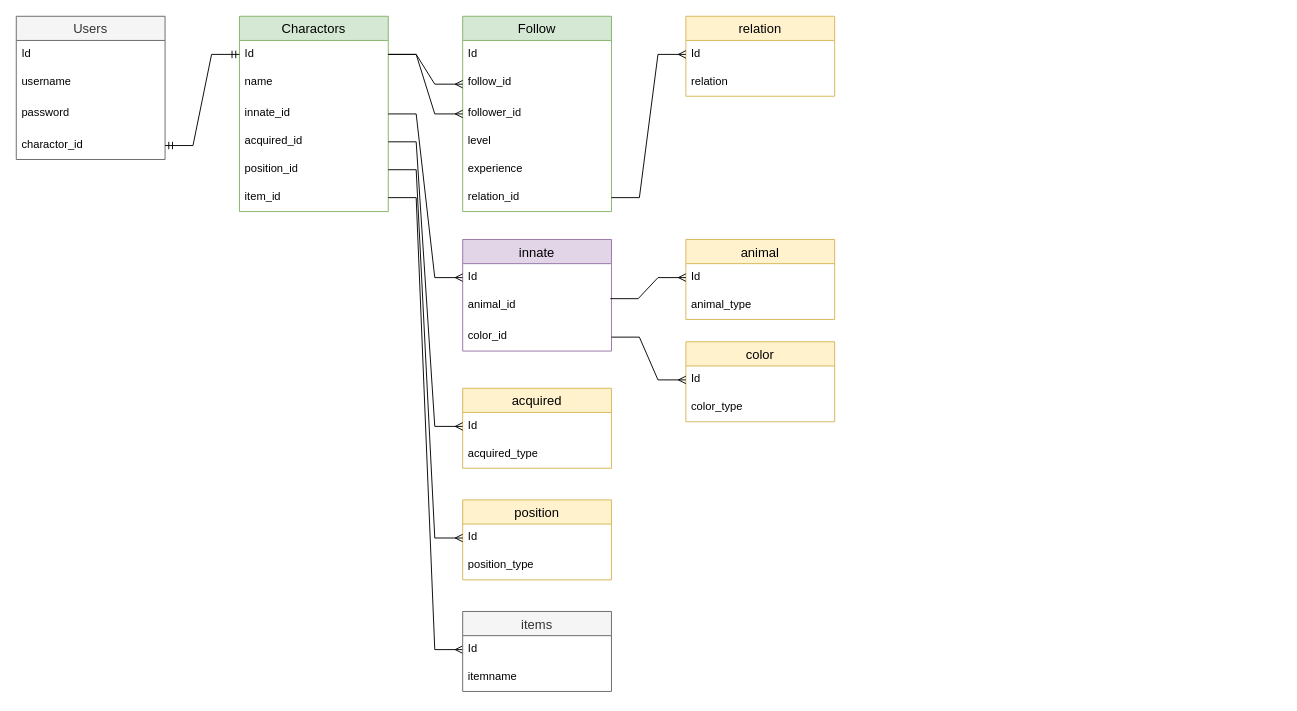
DaikiHIRAYAMA/Reegs keeps this draw.io diagram as DB.drawio. Above is the earlier version. Source tidied: cells renumbered, new cells numbered last; positions are measured from the earlier drawing's top-left corner, leaving out a move shared by most shapes. Both pictures are drawn from the tidied source at 93%, with x=0, y=0 at pixel (16, 16).
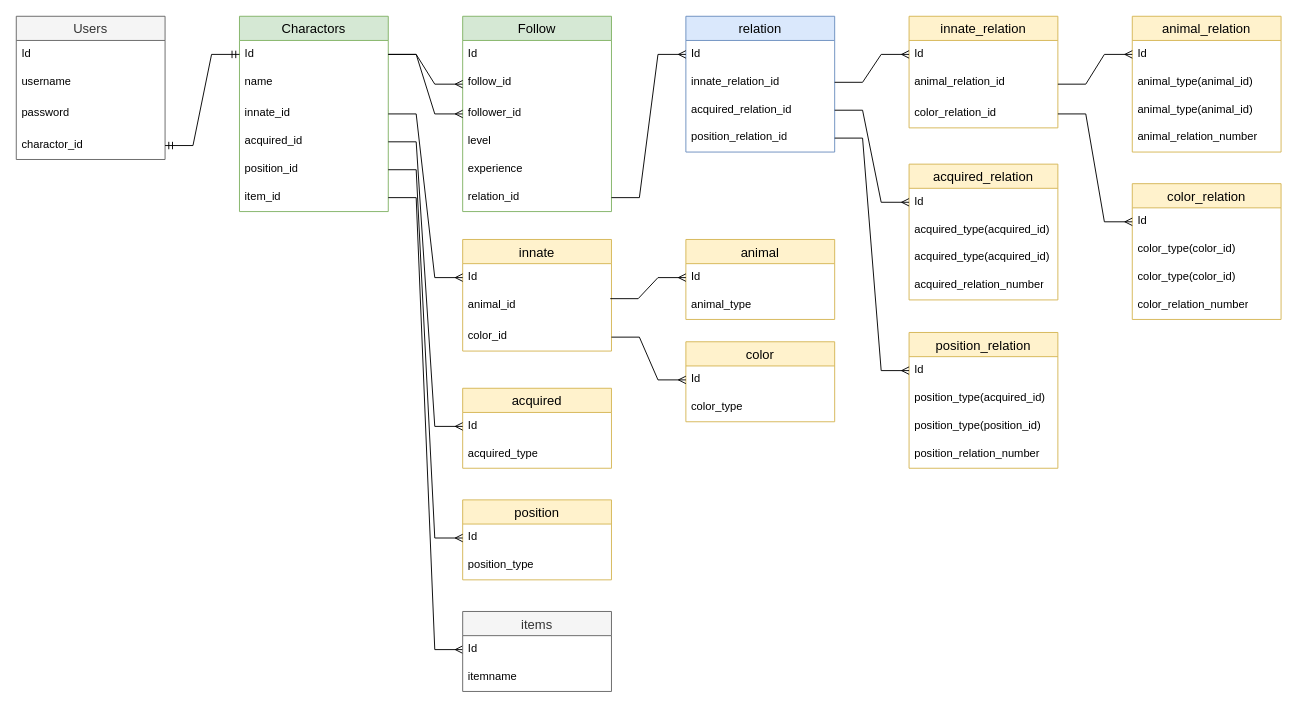
Above is the later version.

Commit message:
DB.drawio を更新します

Diff of the diagram source:
```diff
@@
-    <mxCell id="24" value="innate" style="swimlane;fontStyle=0;horizontal=1;startSize=26;align=center;fontSize=14;fillColor=#e1d5e7;strokeColor=#9673a6;" parent="1" vertex="1">
+    <mxCell id="24" value="innate" style="swimlane;fontStyle=0;horizontal=1;startSize=26;align=center;fontSize=14;fillColor=#fff2cc;strokeColor=#d6b656;" parent="1" vertex="1">
       <mxGeometry x="480" y="240" width="160" height="120" as="geometry" />
     </mxCell>
@@
-    <mxCell id="34" value="relation" style="swimlane;fontStyle=0;horizontal=1;startSize=26;align=center;fontSize=14;fillColor=#fff2cc;strokeColor=#d6b656;" parent="1" vertex="1">
-      <mxGeometry x="720" width="160" height="86" as="geometry" />
+    <mxCell id="34" value="relation" style="swimlane;fontStyle=0;horizontal=1;startSize=26;align=center;fontSize=14;fillColor=#dae8fc;strokeColor=#6c8ebf;" parent="1" vertex="1">
+      <mxGeometry x="720" width="160" height="146" as="geometry" />
     </mxCell>
@@
-    <mxCell id="36" value="relation" style="text;strokeColor=none;fillColor=none;spacingLeft=4;spacingRight=4;overflow=hidden;points=[[0,0.5],[1,0.5]];portConstraint=eastwest;fontSize=12;whiteSpace=wrap;html=1;" parent="34" vertex="1">
+    <mxCell id="36" value="innate_relation_id" style="text;strokeColor=none;fillColor=none;spacingLeft=4;spacingRight=4;overflow=hidden;points=[[0,0.5],[1,0.5]];portConstraint=eastwest;fontSize=12;whiteSpace=wrap;html=1;" parent="34" vertex="1">
       <mxGeometry y="56" width="160" height="30" as="geometry" />
     </mxCell>
+    <mxCell id="53" value="acquired_relation_id" style="text;strokeColor=none;fillColor=none;spacingLeft=4;spacingRight=4;overflow=hidden;points=[[0,0.5],[1,0.5]];portConstraint=eastwest;fontSize=12;whiteSpace=wrap;html=1;" parent="34" vertex="1">
+      <mxGeometry y="86" width="160" height="30" as="geometry" />
+    </mxCell>
+    <mxCell id="54" value="position_relation_id" style="text;strokeColor=none;fillColor=none;spacingLeft=4;spacingRight=4;overflow=hidden;points=[[0,0.5],[1,0.5]];portConstraint=eastwest;fontSize=12;whiteSpace=wrap;html=1;" parent="34" vertex="1">
+      <mxGeometry y="116" width="160" height="30" as="geometry" />
+    </mxCell>
@@
+    <mxCell id="55" value="innate_relation" style="swimlane;fontStyle=0;horizontal=1;startSize=26;align=center;fontSize=14;fillColor=#fff2cc;strokeColor=#d6b656;" parent="1" vertex="1">
+      <mxGeometry x="960" width="160" height="120" as="geometry" />
+    </mxCell>
+    <mxCell id="56" value="Id" style="text;strokeColor=none;fillColor=none;spacingLeft=4;spacingRight=4;overflow=hidden;points=[[0,0.5],[1,0.5]];portConstraint=eastwest;fontSize=12;whiteSpace=wrap;html=1;" parent="55" vertex="1">
+      <mxGeometry y="26" width="160" height="30" as="geometry" />
+    </mxCell>
+    <mxCell id="57" value="animal_relation_id" style="text;strokeColor=none;fillColor=none;spacingLeft=4;spacingRight=4;overflow=hidden;points=[[0,0.5],[1,0.5]];portConstraint=eastwest;fontSize=12;whiteSpace=wrap;html=1;" parent="55" vertex="1">
+      <mxGeometry y="56" width="160" height="34" as="geometry" />
+    </mxCell>
+    <mxCell id="58" value="color_relation_id" style="text;strokeColor=none;fillColor=none;spacingLeft=4;spacingRight=4;overflow=hidden;points=[[0,0.5],[1,0.5]];portConstraint=eastwest;fontSize=12;whiteSpace=wrap;html=1;" parent="55" vertex="1">
+      <mxGeometry y="90" width="160" height="30" as="geometry" />
+    </mxCell>
+    <mxCell id="59" style="edgeStyle=entityRelationEdgeStyle;fontSize=12;html=1;endArrow=ERmany;rounded=0;entryX=0;entryY=0.5;entryDx=0;entryDy=0;exitX=1;exitY=0.5;exitDx=0;exitDy=0;" parent="1" edge="1" source="36" target="56">
+      <mxGeometry relative="1" as="geometry" />
+    </mxCell>
+    <mxCell id="60" value="animal_relation" style="swimlane;fontStyle=0;horizontal=1;startSize=26;align=center;fontSize=14;fillColor=#fff2cc;strokeColor=#d6b656;" parent="1" vertex="1">
+      <mxGeometry x="1200" width="160" height="146" as="geometry" />
+    </mxCell>
+    <mxCell id="61" value="Id" style="text;strokeColor=none;fillColor=none;spacingLeft=4;spacingRight=4;overflow=hidden;points=[[0,0.5],[1,0.5]];portConstraint=eastwest;fontSize=12;whiteSpace=wrap;html=1;" parent="60" vertex="1">
+      <mxGeometry y="26" width="160" height="30" as="geometry" />
+    </mxCell>
+    <mxCell id="62" value="animal_type(animal_id)" style="text;strokeColor=none;fillColor=none;spacingLeft=4;spacingRight=4;overflow=hidden;fontSize=12;whiteSpace=wrap;html=1;" parent="60" vertex="1">
+      <mxGeometry y="56" width="160" height="30" as="geometry" />
+    </mxCell>
+    <mxCell id="63" value="animal_type(animal_id)" style="text;strokeColor=none;fillColor=none;spacingLeft=4;spacingRight=4;overflow=hidden;fontSize=12;whiteSpace=wrap;html=1;" parent="60" vertex="1">
+      <mxGeometry y="86" width="160" height="30" as="geometry" />
+    </mxCell>
+    <mxCell id="64" value="animal_relation_number" style="text;strokeColor=none;fillColor=none;spacingLeft=4;spacingRight=4;overflow=hidden;fontSize=12;whiteSpace=wrap;html=1;" parent="60" vertex="1">
+      <mxGeometry y="116" width="160" height="30" as="geometry" />
+    </mxCell>
+    <mxCell id="65" style="edgeStyle=entityRelationEdgeStyle;fontSize=12;html=1;endArrow=ERmany;rounded=0;entryX=0;entryY=0.5;entryDx=0;entryDy=0;exitX=1;exitY=0.5;exitDx=0;exitDy=0;" parent="1" edge="1" source="57" target="61">
+      <mxGeometry relative="1" as="geometry" />
+    </mxCell>
+    <mxCell id="66" value="color_relation" style="swimlane;fontStyle=0;horizontal=1;startSize=26;align=center;fontSize=14;fillColor=#fff2cc;strokeColor=#d6b656;" parent="1" vertex="1">
+      <mxGeometry x="1200" y="180" width="160" height="146" as="geometry" />
+    </mxCell>
+    <mxCell id="67" value="Id" style="text;strokeColor=none;fillColor=none;spacingLeft=4;spacingRight=4;overflow=hidden;points=[[0,0.5],[1,0.5]];portConstraint=eastwest;fontSize=12;whiteSpace=wrap;html=1;" parent="66" vertex="1">
+      <mxGeometry y="26" width="160" height="30" as="geometry" />
+    </mxCell>
+    <mxCell id="68" value="color_type(color_id)" style="text;strokeColor=none;fillColor=none;spacingLeft=4;spacingRight=4;overflow=hidden;fontSize=12;whiteSpace=wrap;html=1;" parent="66" vertex="1">
+      <mxGeometry y="56" width="160" height="30" as="geometry" />
+    </mxCell>
+    <mxCell id="69" value="color_type(color_id)" style="text;strokeColor=none;fillColor=none;spacingLeft=4;spacingRight=4;overflow=hidden;fontSize=12;whiteSpace=wrap;html=1;" parent="66" vertex="1">
+      <mxGeometry y="86" width="160" height="30" as="geometry" />
+    </mxCell>
+    <mxCell id="70" value="color_relation_number" style="text;strokeColor=none;fillColor=none;spacingLeft=4;spacingRight=4;overflow=hidden;fontSize=12;whiteSpace=wrap;html=1;" parent="66" vertex="1">
+      <mxGeometry y="116" width="160" height="30" as="geometry" />
+    </mxCell>
+    <mxCell id="71" style="edgeStyle=entityRelationEdgeStyle;fontSize=12;html=1;endArrow=ERmany;rounded=0;entryX=0;entryY=0.5;entryDx=0;entryDy=0;exitX=1;exitY=0.5;exitDx=0;exitDy=0;" parent="1" edge="1" source="58" target="67">
+      <mxGeometry relative="1" as="geometry" />
+    </mxCell>
+    <mxCell id="72" value="acquired_relation" style="swimlane;fontStyle=0;horizontal=1;startSize=26;align=center;fontSize=14;fillColor=#fff2cc;strokeColor=#d6b656;" parent="1" vertex="1">
+      <mxGeometry x="960" y="159" width="160" height="146" as="geometry" />
+    </mxCell>
+    <mxCell id="73" value="Id" style="text;strokeColor=none;fillColor=none;spacingLeft=4;spacingRight=4;overflow=hidden;points=[[0,0.5],[1,0.5]];portConstraint=eastwest;fontSize=12;whiteSpace=wrap;html=1;" parent="72" vertex="1">
+      <mxGeometry y="26" width="160" height="30" as="geometry" />
+    </mxCell>
+    <mxCell id="74" value="acquired_type(acquired_id)" style="text;strokeColor=none;fillColor=none;spacingLeft=4;spacingRight=4;overflow=hidden;fontSize=12;whiteSpace=wrap;html=1;" parent="72" vertex="1">
+      <mxGeometry y="56" width="160" height="30" as="geometry" />
+    </mxCell>
+    <mxCell id="75" value="acquired_type(acquired_id)" style="text;strokeColor=none;fillColor=none;spacingLeft=4;spacingRight=4;overflow=hidden;fontSize=12;whiteSpace=wrap;html=1;" parent="72" vertex="1">
+      <mxGeometry y="86" width="160" height="30" as="geometry" />
+    </mxCell>
+    <mxCell id="76" value="acquired_relation_number" style="text;strokeColor=none;fillColor=none;spacingLeft=4;spacingRight=4;overflow=hidden;fontSize=12;whiteSpace=wrap;html=1;" parent="72" vertex="1">
+      <mxGeometry y="116" width="160" height="30" as="geometry" />
+    </mxCell>
+    <mxCell id="77" value="position_relation" style="swimlane;fontStyle=0;horizontal=1;startSize=26;align=center;fontSize=14;fillColor=#fff2cc;strokeColor=#d6b656;" parent="1" vertex="1">
+      <mxGeometry x="960" y="340" width="160" height="146" as="geometry" />
+    </mxCell>
+    <mxCell id="78" value="Id" style="text;strokeColor=none;fillColor=none;spacingLeft=4;spacingRight=4;overflow=hidden;points=[[0,0.5],[1,0.5]];portConstraint=eastwest;fontSize=12;whiteSpace=wrap;html=1;" parent="77" vertex="1">
+      <mxGeometry y="26" width="160" height="30" as="geometry" />
+    </mxCell>
+    <mxCell id="79" value="position_type(acquired_id)" style="text;strokeColor=none;fillColor=none;spacingLeft=4;spacingRight=4;overflow=hidden;fontSize=12;whiteSpace=wrap;html=1;" parent="77" vertex="1">
+      <mxGeometry y="56" width="160" height="30" as="geometry" />
+    </mxCell>
+    <mxCell id="80" value="position_type(position_id)" style="text;strokeColor=none;fillColor=none;spacingLeft=4;spacingRight=4;overflow=hidden;fontSize=12;whiteSpace=wrap;html=1;" parent="77" vertex="1">
+      <mxGeometry y="86" width="160" height="30" as="geometry" />
+    </mxCell>
+    <mxCell id="81" value="position_relation_number" style="text;strokeColor=none;fillColor=none;spacingLeft=4;spacingRight=4;overflow=hidden;fontSize=12;whiteSpace=wrap;html=1;" parent="77" vertex="1">
+      <mxGeometry y="116" width="160" height="30" as="geometry" />
+    </mxCell>
+    <mxCell id="82" style="edgeStyle=entityRelationEdgeStyle;fontSize=12;html=1;endArrow=ERmany;rounded=0;entryX=0;entryY=0.5;entryDx=0;entryDy=0;exitX=1;exitY=0.5;exitDx=0;exitDy=0;" parent="1" edge="1" source="53" target="73">
+      <mxGeometry relative="1" as="geometry" />
+    </mxCell>
+    <mxCell id="83" style="edgeStyle=entityRelationEdgeStyle;fontSize=12;html=1;endArrow=ERmany;rounded=0;entryX=0;entryY=0.5;entryDx=0;entryDy=0;exitX=1;exitY=0.5;exitDx=0;exitDy=0;" parent="1" edge="1" source="54" target="78">
+      <mxGeometry relative="1" as="geometry" />
+    </mxCell>
```
